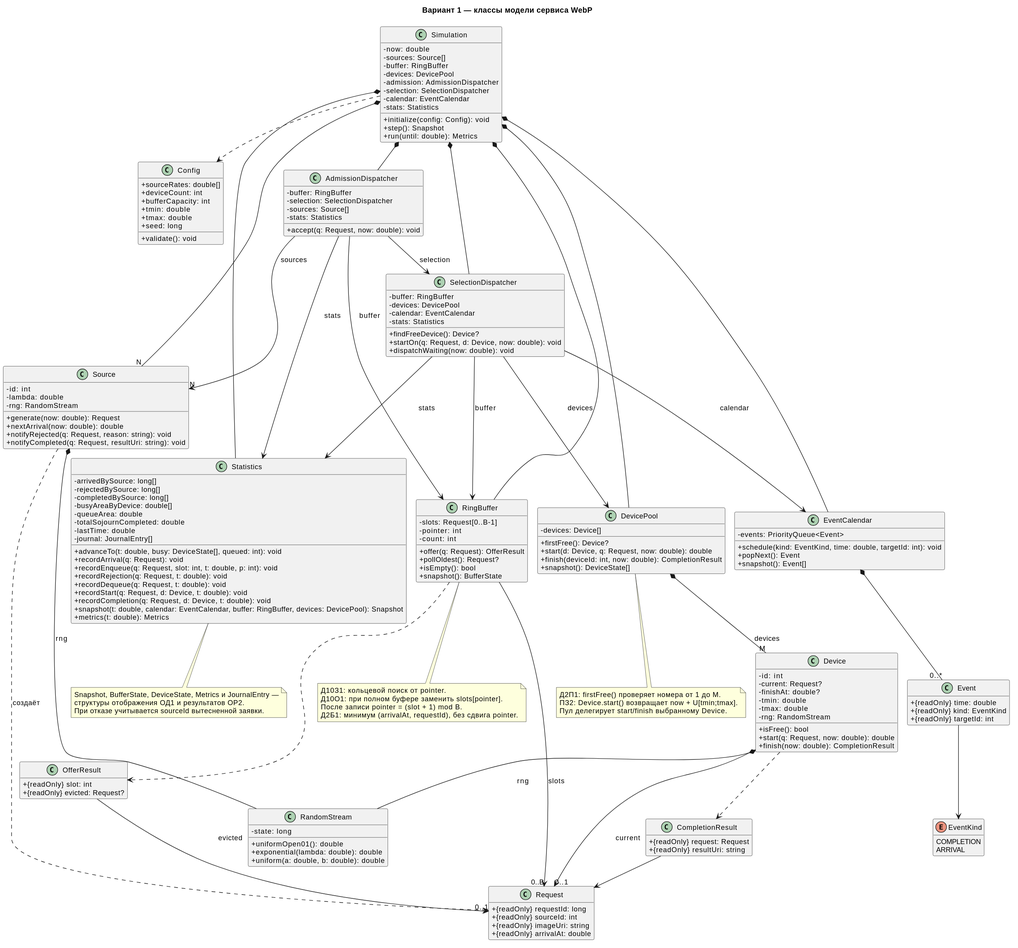
Earlier version of the PlantUML export docs/images/03-classes.svg (t1wt/smo-webp-variant-1). The source it was exported from:
```plantuml
@startuml
!pragma layout smetana
skinparam backgroundColor white
skinparam shadowing false
skinparam defaultFontName SansSerif
skinparam defaultFontSize 13
skinparam classAttributeIconSize 0
hide empty members
title Вариант 1 — классы модели сервиса WebP
class Simulation {
 - now: double
 - sources: Source[]
 - buffer: RingBuffer
 - devices: DevicePool
 - admission: AdmissionDispatcher
 - selection: SelectionDispatcher
 - calendar: EventCalendar
 - stats: Statistics
 + initialize(config: Config): void
 + step(): Snapshot
 + run(until: double): Metrics
}
class Config {
 + sourceRates: double[]
 + deviceCount: int
 + bufferCapacity: int
 + tmin: double
 + tmax: double
 + seed: long
 + validate(): void
}
class Source {
 - id: int
 - lambda: double
 - rng: RandomStream
 + generate(now: double): Request
 + nextArrival(now: double): double
 + notifyRejected(q: Request, reason: string): void
 + notifyCompleted(q: Request, resultUri: string): void
}
class Request {
 + {readOnly} requestId: long
 + {readOnly} sourceId: int
 + {readOnly} imageUri: string
 + {readOnly} arrivalAt: double
}
class RingBuffer {
 - slots: Request[0..B-1]
 - pointer: int
 - count: int
 + offer(q: Request): OfferResult
 + pollOldest(): Request?
 + isEmpty(): bool
 + snapshot(): BufferState
}
class OfferResult {
 + {readOnly} slot: int
 + {readOnly} evicted: Request?
}
class AdmissionDispatcher {
 - buffer: RingBuffer
 - selection: SelectionDispatcher
 - sources: Source[]
 - stats: Statistics
 + accept(q: Request, now: double): void
}
class SelectionDispatcher {
 - buffer: RingBuffer
 - devices: DevicePool
 - calendar: EventCalendar
 - stats: Statistics
 + findFreeDevice(): Device?
 + startOn(q: Request, d: Device, now: double): void
 + dispatchWaiting(now: double): void
}
class DevicePool {
 - devices: Device[]
 + firstFree(): Device?
 + start(d: Device, q: Request, now: double): double
 + finish(deviceId: int, now: double): CompletionResult
 + snapshot(): DeviceState[]
}
class Device {
 - id: int
 - current: Request?
 - finishAt: double?
 - tmin: double
 - tmax: double
 - rng: RandomStream
 + isFree(): bool
 + start(q: Request, now: double): double
 + finish(now: double): CompletionResult
}
class CompletionResult {
 + {readOnly} request: Request
 + {readOnly} resultUri: string
}
class EventCalendar {
 - events: PriorityQueue<Event>
 + schedule(kind: EventKind, time: double, targetId: int): void
 + popNext(): Event
 + snapshot(): Event[]
}
class Event {
 + {readOnly} time: double
 + {readOnly} kind: EventKind
 + {readOnly} targetId: int
}
enum EventKind {
 COMPLETION
 ARRIVAL
}
class RandomStream {
 - state: long
 + uniformOpen01(): double
 + exponential(lambda: double): double
 + uniform(a: double, b: double): double
}
class Statistics {
 - arrivedBySource: long[]
 - rejectedBySource: long[]
 - completedBySource: long[]
 - busyAreaByDevice: double[]
 - queueArea: double
 - totalSojournCompleted: double
 - lastTime: double
 - journal: JournalEntry[]
 + advanceTo(t: double, busy: DeviceState[], queued: int): void
 + recordArrival(q: Request): void
 + recordEnqueue(q: Request, slot: int, t: double, p: int): void
 + recordRejection(q: Request, t: double): void
 + recordDequeue(q: Request, t: double): void
 + recordStart(q: Request, d: Device, t: double): void
 + recordCompletion(q: Request, d: Device, t: double): void
 + snapshot(t: double, calendar: EventCalendar, buffer: RingBuffer, devices: DevicePool): Snapshot
 + metrics(t: double): Metrics
}
Simulation *-- "N" Source
Simulation *-- RingBuffer
Simulation *-- DevicePool
Simulation *-- AdmissionDispatcher
Simulation *-- SelectionDispatcher
Simulation *-- EventCalendar
Simulation *-- Statistics
Simulation ..> Config
AdmissionDispatcher --> RingBuffer : buffer
AdmissionDispatcher --> SelectionDispatcher : selection
AdmissionDispatcher --> "N" Source : sources
AdmissionDispatcher --> Statistics : stats
SelectionDispatcher --> RingBuffer : buffer
SelectionDispatcher --> DevicePool : devices
SelectionDispatcher --> EventCalendar : calendar
SelectionDispatcher --> Statistics : stats
DevicePool *-- "M" Device : devices
Device --> "0..1" Request : current
RingBuffer --> "0..B" Request : slots
RingBuffer ..> OfferResult
OfferResult --> "0..1" Request : evicted
Device ..> CompletionResult
CompletionResult --> Request
EventCalendar *-- "0..*" Event
Event --> EventKind
Source *-- RandomStream : rng
Device *-- RandomStream : rng
Source ..> Request : создаёт
note bottom of RingBuffer
Д10З1: кольцевой поиск от pointer.
Д10О1: при полном буфере заменить slots[pointer].
После записи pointer = (slot + 1) mod B.
Д2Б1: минимум (arrivalAt, requestId), без сдвига pointer.
end note
note bottom of DevicePool
Д2П1: firstFree() проверяет номера от 1 до M.
ПЗ2: Device.start() возвращает now + U[tmin;tmax].
Пул делегирует start/finish выбранному Device.
end note
note bottom of Statistics
Snapshot, BufferState, DeviceState, Metrics и JournalEntry —
структуры отображения ОД1 и результатов ОР2.
При отказе учитывается sourceId вытесненной заявки.
end note
@enduml
```
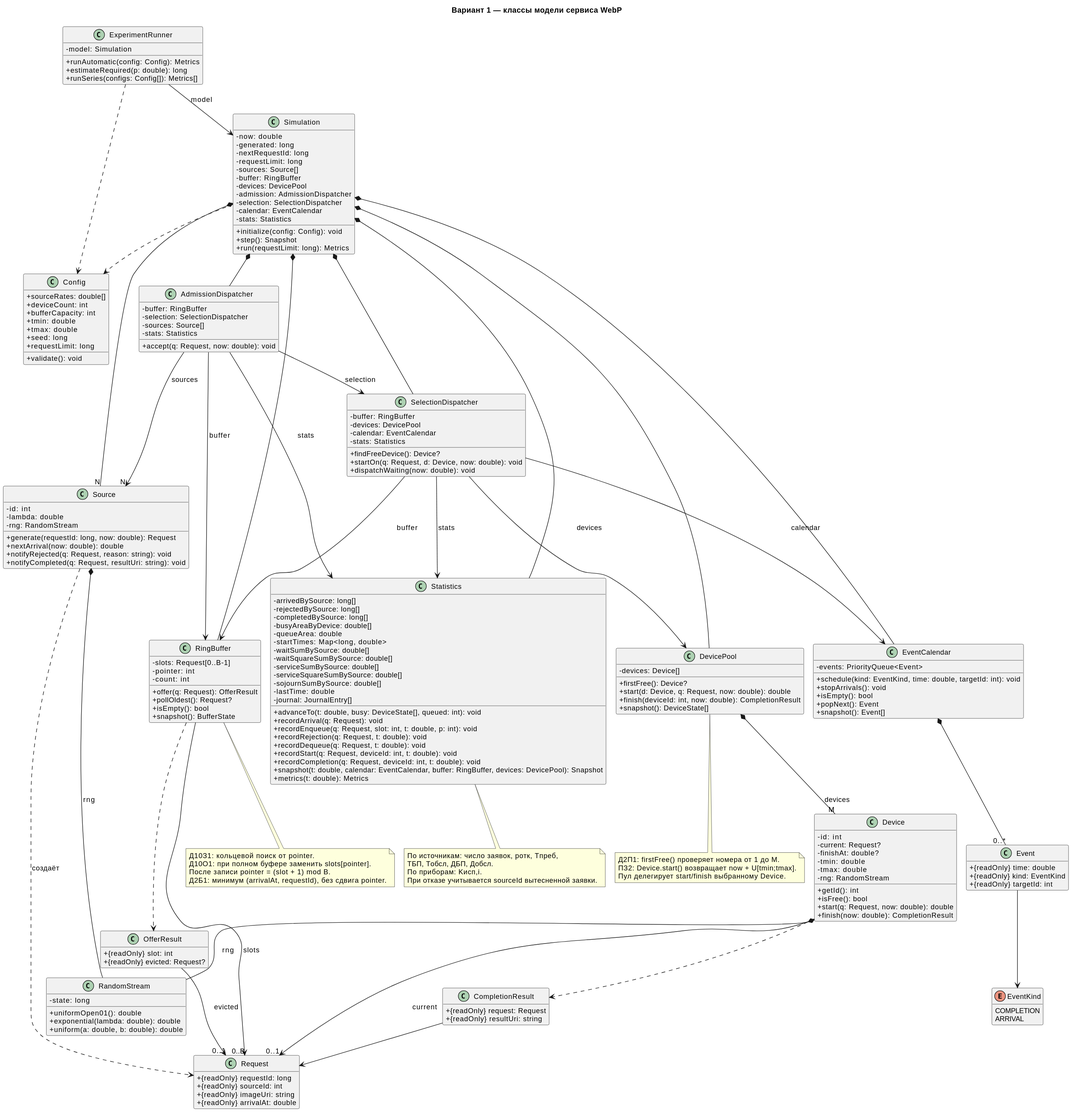
After the change.

Change to the diagram source:
```diff
@@ -9,6 +9,9 @@
 title Вариант 1 — классы модели сервиса WebP
 class Simulation {
  - now: double
+ - generated: long
+ - nextRequestId: long
+ - requestLimit: long
  - sources: Source[]
  - buffer: RingBuffer
  - devices: DevicePool
@@ -18,7 +21,13 @@
  - stats: Statistics
  + initialize(config: Config): void
  + step(): Snapshot
- + run(until: double): Metrics
+ + run(requestLimit: long): Metrics
+}
+class ExperimentRunner {
+ - model: Simulation
+ + runAutomatic(config: Config): Metrics
+ + estimateRequired(p: double): long
+ + runSeries(configs: Config[]): Metrics[]
 }
 class Config {
  + sourceRates: double[]
@@ -27,13 +36,14 @@
  + tmin: double
  + tmax: double
  + seed: long
+ + requestLimit: long
  + validate(): void
 }
 class Source {
  - id: int
  - lambda: double
  - rng: RandomStream
- + generate(now: double): Request
+ + generate(requestId: long, now: double): Request
  + nextArrival(now: double): double
  + notifyRejected(q: Request, reason: string): void
  + notifyCompleted(q: Request, resultUri: string): void
@@ -87,6 +97,7 @@
  - tmin: double
  - tmax: double
  - rng: RandomStream
+ + getId(): int
  + isFree(): bool
  + start(q: Request, now: double): double
  + finish(now: double): CompletionResult
@@ -98,6 +109,8 @@
 class EventCalendar {
  - events: PriorityQueue<Event>
  + schedule(kind: EventKind, time: double, targetId: int): void
+ + stopArrivals(): void
+ + isEmpty(): bool
  + popNext(): Event
  + snapshot(): Event[]
 }
@@ -122,7 +135,12 @@
  - completedBySource: long[]
  - busyAreaByDevice: double[]
  - queueArea: double
- - totalSojournCompleted: double
+ - startTimes: Map<long, double>
+ - waitSumBySource: double[]
+ - waitSquareSumBySource: double[]
+ - serviceSumBySource: double[]
+ - serviceSquareSumBySource: double[]
+ - sojournSumBySource: double[]
  - lastTime: double
  - journal: JournalEntry[]
  + advanceTo(t: double, busy: DeviceState[], queued: int): void
@@ -130,8 +148,8 @@
  + recordEnqueue(q: Request, slot: int, t: double, p: int): void
  + recordRejection(q: Request, t: double): void
  + recordDequeue(q: Request, t: double): void
- + recordStart(q: Request, d: Device, t: double): void
- + recordCompletion(q: Request, d: Device, t: double): void
+ + recordStart(q: Request, deviceId: int, t: double): void
+ + recordCompletion(q: Request, deviceId: int, t: double): void
  + snapshot(t: double, calendar: EventCalendar, buffer: RingBuffer, devices: DevicePool): Snapshot
  + metrics(t: double): Metrics
 }
@@ -143,6 +161,8 @@
 Simulation *-- EventCalendar
 Simulation *-- Statistics
 Simulation ..> Config
+ExperimentRunner --> Simulation : model
+ExperimentRunner ..> Config
 AdmissionDispatcher --> RingBuffer : buffer
 AdmissionDispatcher --> SelectionDispatcher : selection
 AdmissionDispatcher --> "N" Source : sources
@@ -175,8 +195,9 @@
 Пул делегирует start/finish выбранному Device.
 end note
 note bottom of Statistics
-Snapshot, BufferState, DeviceState, Metrics и JournalEntry —
-структуры отображения ОД1 и результатов ОР2.
+По источникам: число заявок, pотк, Tпреб,
+TБП, Tобсл, ДБП, Добсл.
+По приборам: Kисп,i.
 При отказе учитывается sourceId вытесненной заявки.
 end note
 @enduml
```
